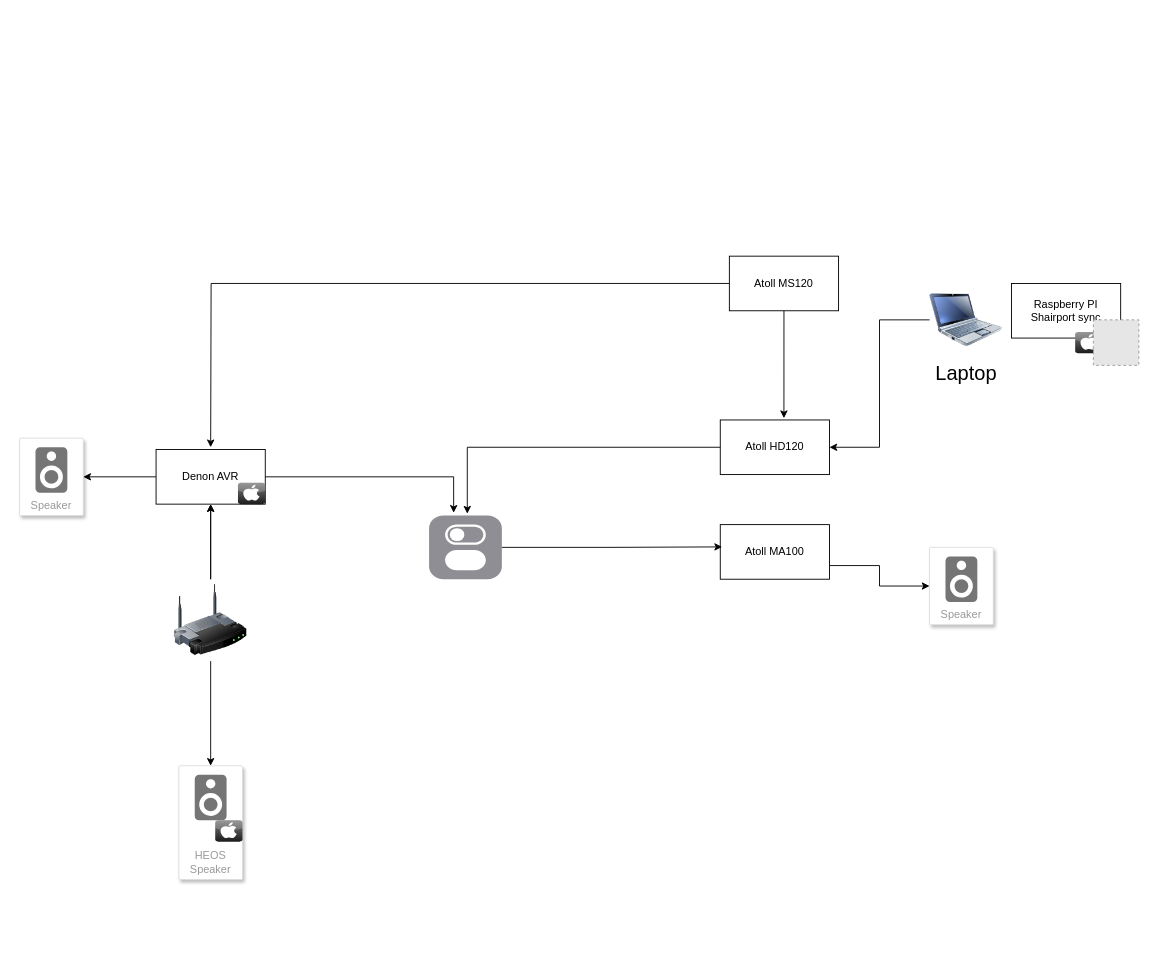
Above: Untitled Diagram.drawio in scoulomb/pub-drawio (draw.io), before the change. Source tidied: cells renumbered, new cells numbered last; positions are measured from the earlier drawing's top-left corner, leaving out a move shared by most shapes. Both pictures are drawn from the tidied source at 91%, with x=0, y=0 at pixel (19, 256). Pictures stored in the file or linked from it are replaced by grey dashed boxes.
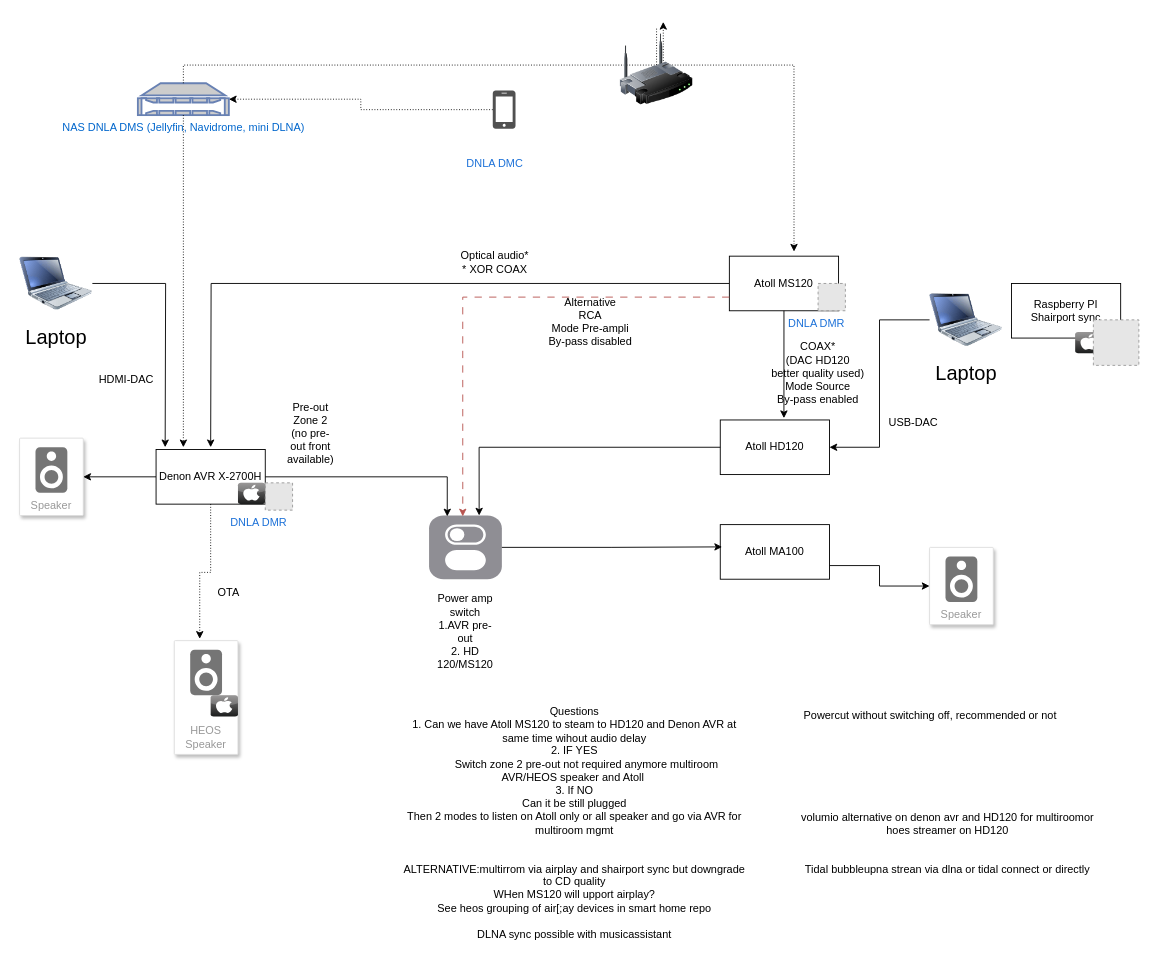
Above is the later version.

Unchanged cells that the change refers to:
```xml
<mxCell id="13" value="Atoll HD120" style="rounded=0;whiteSpace=wrap;html=1;" parent="1" vertex="1">
  <mxGeometry x="770" y="180" width="120" height="60" as="geometry" />
</mxCell>
<mxCell id="18" style="html=1;strokeWidth=1;shadow=0;dashed=0;shape=mxgraph.ios7.misc.switch;fillColor=#8F8E94;strokeColor=none;buttonText=;strokeColor2=#222222;fontColor=#222222;fontSize=8;verticalLabelPosition=bottom;verticalAlign=top;align=center;sketch=0;" parent="1" vertex="1">
  <mxGeometry x="450" y="285" width="80" height="70" as="geometry" />
</mxCell>
<mxCell id="26" value="Atoll MS120" style="rounded=0;whiteSpace=wrap;html=1;" parent="1" vertex="1">
  <mxGeometry x="780" width="120" height="60" as="geometry" />
</mxCell>
```

The edit, as a diff of the source:
```diff
@@
-    <mxCell id="3" style="edgeStyle=orthogonalEdgeStyle;rounded=0;jettySize=auto;html=1;" parent="1" edge="1" source="6" target="22">
-      <mxGeometry relative="1" as="geometry" />
-    </mxCell>
-    <mxCell id="4" style="edgeStyle=orthogonalEdgeStyle;rounded=0;jettySize=auto;html=1;" parent="1" edge="1" source="6" target="10">
-      <mxGeometry relative="1" as="geometry" />
-    </mxCell>
-    <mxCell id="5" style="edgeStyle=orthogonalEdgeStyle;rounded=0;jettySize=auto;html=1;" parent="1" edge="1" source="6" target="10">
-      <mxGeometry relative="1" as="geometry" />
-    </mxCell>
-    <mxCell id="6" style="image;html=1;labelBackgroundColor=#ffffff;image=img/lib/clip_art/networking/Wireless_Router_128x128.png;rounded=1;shadow=0;comic=0;strokeWidth=2;fontSize=22;" parent="1" vertex="1">
-      <mxGeometry x="170" y="355" width="80" height="90" as="geometry" />
-    </mxCell>
@@
-    <mxCell id="10" value="Denon AVR" style="rounded=0;whiteSpace=wrap;html=1;" parent="1" vertex="1">
+    <mxCell id="10" value="Denon AVR X-2700H" style="rounded=0;whiteSpace=wrap;html=1;" parent="1" vertex="1">
       <mxGeometry x="150" y="212.5" width="120" height="60" as="geometry" />
     </mxCell>
@@
-    <mxCell id="19" style="edgeStyle=orthogonalEdgeStyle;rounded=0;jettySize=auto;html=1;entryX=0.525;entryY=-0.029;entryDx=0;entryDy=0;entryPerimeter=0;" parent="1" edge="1" source="13" target="18">
+    <mxCell id="19" style="edgeStyle=orthogonalEdgeStyle;rounded=0;jettySize=auto;html=1;entryX=0.688;entryY=0;entryDx=0;entryDy=0;entryPerimeter=0;" parent="1" edge="1" source="13" target="18">
       <mxGeometry relative="1" as="geometry" />
     </mxCell>
@@
-    <mxCell id="21" style="edgeStyle=orthogonalEdgeStyle;rounded=0;jettySize=auto;html=1;exitX=1;exitY=0.5;exitDx=0;exitDy=0;entryX=0.338;entryY=-0.043;entryDx=0;entryDy=0;entryPerimeter=0;" parent="1" edge="1" source="10" target="18">
+    <mxCell id="21" style="edgeStyle=orthogonalEdgeStyle;rounded=0;jettySize=auto;html=1;exitX=1;exitY=0.5;exitDx=0;exitDy=0;entryX=0.25;entryY=0.014;entryDx=0;entryDy=0;entryPerimeter=0;" parent="1" edge="1" source="10" target="18">
       <mxGeometry relative="1" as="geometry" />
     </mxCell>
     <mxCell id="22" value="HEOS Speaker" style="strokeColor=#dddddd;shadow=1;strokeWidth=1;rounded=1;absoluteArcSize=1;arcSize=2;labelPosition=center;verticalLabelPosition=middle;align=center;verticalAlign=bottom;spacingLeft=0;fontColor=#999999;fontSize=12;whiteSpace=wrap;spacingBottom=2;html=1;" parent="1" vertex="1">
-      <mxGeometry x="175" y="560" width="70" height="125" as="geometry" />
+      <mxGeometry x="170" y="422.5" width="70" height="125" as="geometry" />
     </mxCell>
@@
+    <mxCell id="31" value="Pre-out Zone 2 (no pre-out front available)" style="text;strokeColor=none;align=center;fillColor=none;html=1;verticalAlign=middle;whiteSpace=wrap;rounded=0;" parent="1" vertex="1">
+      <mxGeometry x="290" y="180" width="60" height="30" as="geometry" />
+    </mxCell>
+    <mxCell id="32" value="&lt;div&gt;COAX*&lt;/div&gt;&lt;div&gt;(DAC HD120 better quality used)&lt;/div&gt;&lt;div&gt;Mode Source&lt;/div&gt;&lt;div&gt;By-pass enabled&lt;br&gt;&lt;/div&gt;&lt;div&gt;&lt;br&gt;&lt;/div&gt;" style="text;strokeColor=none;align=center;fillColor=none;html=1;verticalAlign=middle;whiteSpace=wrap;rounded=0;" parent="1" vertex="1">
+      <mxGeometry x="825" y="123" width="105" height="26.7" as="geometry" />
+    </mxCell>
+    <mxCell id="33" value="&lt;div&gt;Alternative&lt;/div&gt;&lt;div&gt;RCA&lt;br&gt;&lt;/div&gt;&lt;div&gt;Mode Pre-ampli&lt;/div&gt;&lt;div&gt;By-pass disabled&lt;br&gt;&lt;/div&gt;" style="text;strokeColor=none;align=center;fillColor=none;html=1;verticalAlign=middle;whiteSpace=wrap;rounded=0;" parent="1" vertex="1">
+      <mxGeometry x="575" y="33.3" width="105" height="76.7" as="geometry" />
+    </mxCell>
+    <mxCell id="34" value="&lt;div&gt;Optical audio*&lt;/div&gt;&lt;div&gt;* XOR COAX&lt;br&gt;&lt;/div&gt;" style="text;strokeColor=none;align=center;fillColor=none;html=1;verticalAlign=middle;whiteSpace=wrap;rounded=0;" parent="1" vertex="1">
+      <mxGeometry x="470" y="-40" width="105" height="93.4" as="geometry" />
+    </mxCell>
+    <mxCell id="35" value="&lt;div&gt;Power amp switch&lt;/div&gt;&lt;div&gt;1.AVR pre-out&lt;/div&gt;&lt;div&gt;2. HD 120/MS120&lt;/div&gt;&lt;div&gt;&lt;br&gt;&lt;/div&gt;" style="text;strokeColor=none;align=center;fillColor=none;html=1;verticalAlign=middle;whiteSpace=wrap;rounded=0;" parent="1" vertex="1">
+      <mxGeometry x="460" y="405" width="60" height="30" as="geometry" />
+    </mxCell>
+    <mxCell id="36" style="edgeStyle=orthogonalEdgeStyle;rounded=0;jettySize=auto;html=1;exitX=0;exitY=0.75;exitDx=0;exitDy=0;entryX=0.463;entryY=0.014;entryDx=0;entryDy=0;entryPerimeter=0;dashed=1;dashPattern=8 8;fillColor=#f8cecc;strokeColor=#b85450;jumpSize=14;" parent="1" edge="1" source="26" target="18">
+      <mxGeometry relative="1" as="geometry" />
+    </mxCell>
+    <mxCell id="37" style="fillColor=#E6E6E6;strokeColor=#999999;dashed=1;html=1;verticalAlign=top;verticalLabelPosition=bottom;labelBackgroundColor=#ffffff;" parent="1" vertex="1">
+      <mxGeometry x="270" y="249.1" width="30" height="30" as="geometry" />
+    </mxCell>
+    <mxCell id="38" style="fillColor=#E6E6E6;strokeColor=#999999;dashed=1;html=1;verticalAlign=top;verticalLabelPosition=bottom;labelBackgroundColor=#ffffff;" parent="1" vertex="1">
+      <mxGeometry x="877.5" y="30" width="30" height="30" as="geometry" />
+    </mxCell>
+    <mxCell id="39" value="&lt;div&gt;Questions&lt;/div&gt;&lt;div&gt;1. Can we have Atoll MS120 to steam to HD120 and Denon AVR at same time wihout audio delay&lt;/div&gt;&lt;div&gt;2. IF YES&lt;/div&gt;&lt;div&gt;&lt;span style=&quot;white-space: pre;&quot;&gt;&#9;&lt;/span&gt;Switch zone 2 pre-out not required anymore multiroom AVR/HEOS speaker and Atoll&amp;nbsp;&lt;/div&gt;&lt;div&gt;3. If NO&lt;/div&gt;&lt;div&gt;Can it be still plugged&lt;/div&gt;&lt;div&gt;Then 2 modes to listen on Atoll only or all speaker and go via AVR for multiroom mgmt&lt;/div&gt;&lt;div&gt;&lt;br&gt;&lt;/div&gt;&lt;div&gt;&lt;br&gt;&lt;/div&gt;&lt;div&gt;ALTERNATIVE:multirrom via airplay and shairport sync but downgrade to CD quality&lt;/div&gt;&lt;div&gt;WHen MS120 will upport airplay?&lt;/div&gt;&lt;div&gt;See heos grouping of air[;ay devices in smart home repo&lt;br&gt;&lt;/div&gt;&lt;div&gt;&lt;br&gt;&lt;/div&gt;&lt;div&gt;DLNA sync possible with musicassistant&lt;br&gt;&lt;/div&gt;" style="text;strokeColor=none;align=center;fillColor=none;html=1;verticalAlign=middle;whiteSpace=wrap;rounded=0;" parent="1" vertex="1">
+      <mxGeometry x="420" y="537.5" width="380" height="170" as="geometry" />
+    </mxCell>
+    <mxCell id="40" value="USB-DAC" style="text;strokeColor=none;align=center;fillColor=none;html=1;verticalAlign=middle;whiteSpace=wrap;rounded=0;" parent="1" vertex="1">
+      <mxGeometry x="930" y="170" width="105" height="26.7" as="geometry" />
+    </mxCell>
+    <mxCell id="41" style="edgeStyle=orthogonalEdgeStyle;rounded=0;jettySize=auto;html=1;" parent="1" edge="1" source="42">
+      <mxGeometry relative="1" as="geometry">
+        <mxPoint x="160" y="210" as="targetPoint" />
+      </mxGeometry>
+    </mxCell>
+    <mxCell id="42" value="Laptop" style="image;html=1;labelBackgroundColor=#ffffff;image=img/lib/clip_art/computers/Netbook_128x128.png;rounded=1;shadow=0;comic=0;strokeColor=#000000;strokeWidth=2;fillColor=#FFFFFF;fontSize=22;fontColor=#000000;" parent="1" vertex="1">
+      <mxGeometry y="-10" width="80" height="80" as="geometry" />
+    </mxCell>
+    <mxCell id="43" value="HDMI-DAC" style="text;strokeColor=none;align=center;fillColor=none;html=1;verticalAlign=middle;whiteSpace=wrap;rounded=0;" parent="1" vertex="1">
+      <mxGeometry x="65" y="123" width="105" height="26.7" as="geometry" />
+    </mxCell>
+    <mxCell id="44" value="OTA" style="text;strokeColor=none;align=center;fillColor=none;html=1;verticalAlign=middle;whiteSpace=wrap;rounded=0;" parent="1" vertex="1">
+      <mxGeometry x="200" y="355" width="60" height="30" as="geometry" />
+    </mxCell>
+    <mxCell id="45" value="Powercut without switching off, recommended or not" style="text;strokeColor=none;align=center;fillColor=none;html=1;verticalAlign=middle;whiteSpace=wrap;rounded=0;" parent="1" vertex="1">
+      <mxGeometry x="811" y="420" width="380" height="170" as="geometry" />
+    </mxCell>
+    <mxCell id="46" value="&lt;div&gt;volumio alternative on denon avr and HD120 for multiroomor&lt;/div&gt;&lt;div&gt;hoes streamer on HD120&lt;/div&gt;&lt;div&gt;&lt;br&gt;&lt;/div&gt;&lt;div&gt;&lt;br&gt;&lt;/div&gt;&lt;div&gt;Tidal bubbleupna strean via dlna or tidal connect or directly&lt;br&gt;&lt;/div&gt;" style="text;strokeColor=none;align=center;fillColor=none;html=1;verticalAlign=middle;whiteSpace=wrap;rounded=0;" parent="1" vertex="1">
+      <mxGeometry x="830" y="560" width="380" height="170" as="geometry" />
+    </mxCell>
+    <mxCell id="47" value="&lt;font color=&quot;#1c71d8&quot;&gt;DNLA DMR&lt;/font&gt;" style="text;whiteSpace=wrap;html=1;" parent="1" vertex="1">
+      <mxGeometry x="230" y="279.1" width="100" height="40" as="geometry" />
+    </mxCell>
+    <mxCell id="48" value="&lt;font color=&quot;#1c71d8&quot;&gt;DNLA DMR&lt;/font&gt;" style="text;whiteSpace=wrap;html=1;" parent="1" vertex="1">
+      <mxGeometry x="842.5" y="60" width="100" height="40" as="geometry" />
+    </mxCell>
+    <mxCell id="49" value="&lt;div&gt;NAS DNLA DMS (Jellyfin, Navidrome, mini DLNA)&lt;/div&gt;" style="fontColor=#0066CC;verticalAlign=top;verticalLabelPosition=bottom;labelPosition=center;align=center;html=1;outlineConnect=0;fillColor=#CCCCCC;strokeColor=#6881B3;gradientColor=none;gradientDirection=north;strokeWidth=2;shape=mxgraph.networks.nas_filer;" parent="1" vertex="1">
+      <mxGeometry x="130" y="-190" width="100" height="35" as="geometry" />
+    </mxCell>
+    <mxCell id="50" value="&lt;font color=&quot;#1c71d8&quot;&gt;DNLA DMC&lt;/font&gt;" style="text;strokeColor=none;align=center;fillColor=none;html=1;verticalAlign=middle;whiteSpace=wrap;rounded=0;" parent="1" vertex="1">
+      <mxGeometry x="470" y="-140" width="105" height="76.7" as="geometry" />
+    </mxCell>
+    <mxCell id="51" style="edgeStyle=orthogonalEdgeStyle;rounded=0;jettySize=auto;html=1;entryX=1;entryY=0.5;entryDx=0;entryDy=0;entryPerimeter=0;dashed=1;dashPattern=1 2;" parent="1" edge="1" source="54" target="49">
+      <mxGeometry relative="1" as="geometry" />
+    </mxCell>
+    <mxCell id="52" style="endArrow=classic;html=1;rounded=0;exitX=0.5;exitY=1;exitDx=0;exitDy=0;exitPerimeter=0;dashed=1;dashPattern=1 2;" parent="1" edge="1" source="49">
+      <mxGeometry relative="1" as="geometry">
+        <mxPoint x="180" y="210" as="targetPoint" />
+      </mxGeometry>
+    </mxCell>
+    <mxCell id="53" style="edgeStyle=orthogonalEdgeStyle;rounded=0;jettySize=auto;html=1;exitX=0.5;exitY=0;exitDx=0;exitDy=0;exitPerimeter=0;entryX=0.592;entryY=-0.083;entryDx=0;entryDy=0;entryPerimeter=0;dashed=1;dashPattern=1 2;" parent="1" edge="1" source="6" target="26">
+      <mxGeometry relative="1" as="geometry">
+        <Array as="points">
+          <mxPoint x="851" y="-210" />
+        </Array>
+      </mxGeometry>
+    </mxCell>
+    <mxCell id="54" style="sketch=0;shadow=0;dashed=0;html=1;strokeColor=none;fillColor=#505050;labelPosition=center;verticalLabelPosition=bottom;verticalAlign=top;outlineConnect=0;align=center;shape=mxgraph.office.devices.cell_phone_iphone_standalone;" parent="1" vertex="1">
+      <mxGeometry x="520" y="-182" width="25" height="42" as="geometry" />
+    </mxCell>
+    <mxCell id="55" style="edgeStyle=orthogonalEdgeStyle;rounded=0;jettySize=auto;html=1;exitX=0.5;exitY=1;exitDx=0;exitDy=0;entryX=0.4;entryY=-0.016;entryDx=0;entryDy=0;entryPerimeter=0;dashed=1;dashPattern=1 2;" parent="1" edge="1" source="10" target="22">
+      <mxGeometry relative="1" as="geometry" />
+    </mxCell>
+    <mxCell id="56" style="edgeStyle=orthogonalEdgeStyle;rounded=0;jettySize=auto;html=1;exitX=0.5;exitY=0;exitDx=0;exitDy=0;exitPerimeter=0;entryX=0.592;entryY=-0.083;entryDx=0;entryDy=0;entryPerimeter=0;dashed=1;dashPattern=1 2;" parent="1" edge="1" source="49" target="6">
+      <mxGeometry relative="1" as="geometry">
+        <Array as="points">
+          <mxPoint x="180" y="-210" />
+        </Array>
+      </mxGeometry>
+    </mxCell>
+    <mxCell id="6" style="image;html=1;labelBackgroundColor=#ffffff;image=img/lib/clip_art/networking/Wireless_Router_128x128.png;rounded=1;shadow=0;comic=0;strokeWidth=2;fontSize=22;" parent="1" vertex="1">
+      <mxGeometry x="660" y="-250" width="80" height="90" as="geometry" />
+    </mxCell>
```
